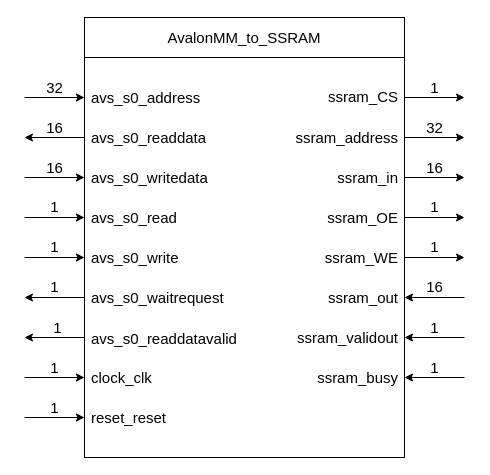
Above: page "AvalonMM_to_SSRAM" (1 of 3) of rtl/AvalonMM_to_SSRAM.drawio in AndreaBononi/IP_cores (draw.io), before the change. Source tidied: cells renumbered, new cells numbered last; positions are measured from the earlier drawing's top-left corner, leaving out a move shared by most shapes. Both pictures are drawn from the tidied source at 100%, with x=0, y=0 at pixel (24, 17).
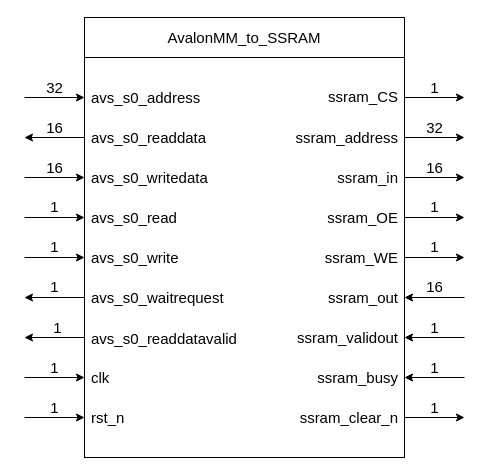
The same diagram, later.

Diff of the diagram source:
```diff
@@
-    <mxCell id="9" value="clock_clk" style="text;html=1;align=left;verticalAlign=middle;strokeColor=none;fillColor=none;fontSize=15;" parent="1" vertex="1">
-      <mxGeometry x="65" y="345" width="80" height="30" as="geometry" />
+    <mxCell id="9" value="clk" style="text;html=1;align=left;verticalAlign=middle;strokeColor=none;fillColor=none;fontSize=15;" parent="1" vertex="1">
+      <mxGeometry x="65" y="345" width="40" height="30" as="geometry" />
     </mxCell>
@@
-    <mxCell id="33" value="reset_reset" style="text;html=1;align=left;verticalAlign=middle;strokeColor=none;fillColor=none;fontSize=15;" parent="1" vertex="1">
-      <mxGeometry x="65" y="385" width="100" height="30" as="geometry" />
+    <mxCell id="33" value="rst_n" style="text;html=1;align=left;verticalAlign=middle;strokeColor=none;fillColor=none;fontSize=15;" parent="1" vertex="1">
+      <mxGeometry x="65" y="385" width="60" height="30" as="geometry" />
     </mxCell>
@@
+    <mxCell id="55" style="endArrow=classic;html=1;rounded=0;fontSize=15;" parent="1" edge="1">
+      <mxGeometry relative="1" as="geometry">
+        <mxPoint x="380" y="400" as="sourcePoint" />
+        <mxPoint x="440" y="400" as="targetPoint" />
+      </mxGeometry>
+    </mxCell>
+    <mxCell id="56" value="1" style="text;html=1;align=center;verticalAlign=middle;strokeColor=none;fillColor=none;fontSize=15;" parent="1" vertex="1">
+      <mxGeometry x="400" y="380" width="20" height="20" as="geometry" />
+    </mxCell>
+    <mxCell id="57" value="&lt;font style=&quot;font-size: 15px;&quot;&gt;ssram_clear_n&lt;/font&gt;" style="text;html=1;align=right;verticalAlign=middle;strokeColor=none;fillColor=none;" parent="1" vertex="1">
+      <mxGeometry x="255" y="385" width="120" height="30" as="geometry" />
+    </mxCell>
```
